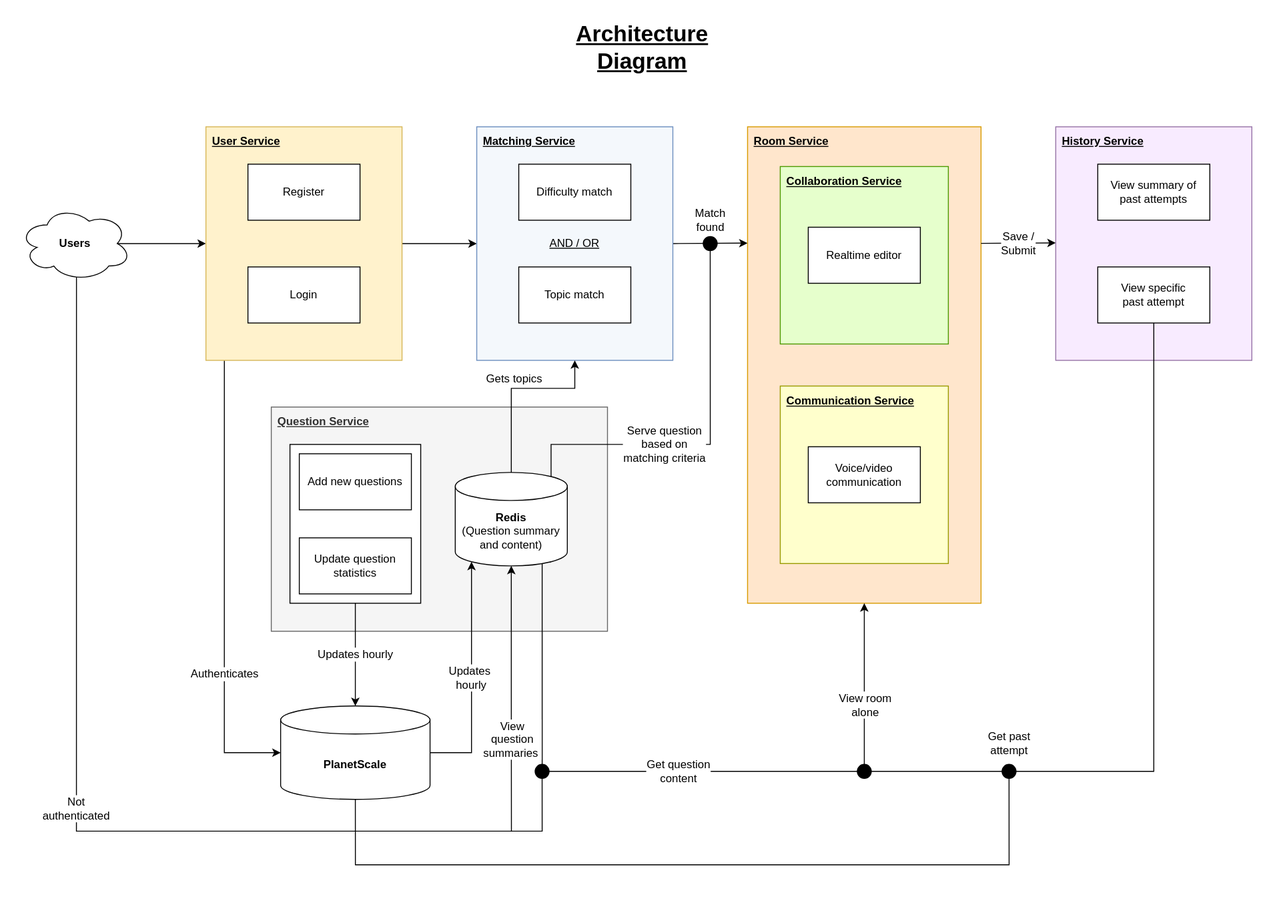
Before: docs/cs3219-architecture.svg, a diagram exported from draw.io (CS3219-AY2223S1/cs3219-project-ay2223s1-g42). Source tidied: cells renumbered, new cells last; positions are measured from the earlier drawing's top-left corner, leaving out a move shared by most shapes. The source it was exported from:
```xml
<mxGraphModel background="#FFFFFF">
  <root>
    <mxCell id="0" />
    <mxCell id="1" parent="0" />
    <mxCell id="2" value="&lt;b&gt;&lt;u&gt;Question Service&lt;/u&gt;&lt;/b&gt;" style="whiteSpace=wrap;html=1;spacingLeft=5;spacingTop=2;align=left;verticalAlign=top;fillColor=#f5f5f5;fontColor=#333333;strokeColor=#666666;" parent="1" vertex="1">
      <mxGeometry x="270" y="415" width="360" height="240" as="geometry" />
    </mxCell>
    <mxCell id="3" style="rounded=0;whiteSpace=wrap;html=1;labelBackgroundColor=none;fontSize=12;" parent="1" vertex="1">
      <mxGeometry x="290" y="455" width="140" height="170" as="geometry" />
    </mxCell>
    <mxCell id="4" style="edgeStyle=none;html=1;fontSize=30;exitX=0.875;exitY=0.5;exitDx=0;exitDy=0;exitPerimeter=0;" parent="1" edge="1" source="6" target="10">
      <mxGeometry relative="1" as="geometry" />
    </mxCell>
    <mxCell id="5" value="Not &lt;br&gt;authenticated" style="edgeStyle=orthogonalEdgeStyle;rounded=0;html=1;exitX=0.595;exitY=0.948;exitDx=0;exitDy=0;exitPerimeter=0;labelBackgroundColor=default;labelBorderColor=none;fontSize=12;startArrow=none;startFill=0;endArrow=oval;endFill=1;endSize=15;elbow=vertical;" parent="1" edge="1">
      <mxGeometry x="-0.02" relative="1" as="geometry">
        <mxPoint x="61.4" y="275.8" as="sourcePoint" />
        <mxPoint x="560" y="805" as="targetPoint" />
        <Array as="points">
          <mxPoint x="61" y="869" />
          <mxPoint x="560" y="869" />
        </Array>
      </mxGeometry>
    </mxCell>
    <mxCell id="6" value="&lt;b&gt;Users&lt;/b&gt;" style="ellipse;shape=cloud;whiteSpace=wrap;html=1;" parent="1" vertex="1">
      <mxGeometry y="200" width="120" height="80" as="geometry" />
    </mxCell>
    <mxCell id="7" value="&lt;u style=&quot;font-size: 24px&quot;&gt;&lt;b style=&quot;font-size: 24px;&quot;&gt;Architecture &lt;br style=&quot;font-size: 24px;&quot;&gt;Diagram&lt;/b&gt;&lt;/u&gt;" style="text;html=1;align=center;verticalAlign=middle;strokeColor=none;fillColor=none;fontSize=24;" parent="1" vertex="1">
      <mxGeometry x="587" width="160" height="60" as="geometry" />
    </mxCell>
    <mxCell id="8" style="edgeStyle=elbowEdgeStyle;html=1;fontSize=12;startArrow=none;startFill=0;elbow=vertical;" parent="1" edge="1" source="10" target="17">
      <mxGeometry relative="1" as="geometry" />
    </mxCell>
    <mxCell id="9" value="Authenticates" style="edgeStyle=orthogonalEdgeStyle;rounded=0;html=1;exitX=0.094;exitY=1.001;exitDx=0;exitDy=0;entryX=0;entryY=0.5;entryDx=0;entryDy=0;entryPerimeter=0;labelBackgroundColor=default;labelBorderColor=none;fontSize=12;startArrow=none;startFill=0;endArrow=classic;endFill=1;endSize=6;elbow=vertical;exitPerimeter=0;" parent="1" edge="1" source="10" target="33">
      <mxGeometry x="0.4" relative="1" as="geometry" />
    </mxCell>
    <mxCell id="10" value="&lt;u&gt;User Service&lt;/u&gt;" style="whiteSpace=wrap;html=1;align=left;verticalAlign=top;horizontal=1;spacingLeft=5;spacingTop=2;fontStyle=1;fillColor=#fff2cc;strokeColor=#d6b656;" parent="1" vertex="1">
      <mxGeometry x="200" y="115" width="210" height="250" as="geometry" />
    </mxCell>
    <mxCell id="11" value="&lt;font style=&quot;font-size: 12px&quot;&gt;Login&lt;/font&gt;" style="whiteSpace=wrap;html=1;fontSize=12;" parent="1" vertex="1">
      <mxGeometry x="245" y="265" width="120" height="60" as="geometry" />
    </mxCell>
    <mxCell id="12" value="&lt;font style=&quot;font-size: 12px&quot;&gt;Register&lt;/font&gt;" style="whiteSpace=wrap;html=1;fontSize=12;" parent="1" vertex="1">
      <mxGeometry x="245" y="155" width="120" height="60" as="geometry" />
    </mxCell>
    <mxCell id="13" value="Updates hourly" style="edgeStyle=orthogonalEdgeStyle;rounded=0;html=1;exitX=0.5;exitY=1;exitDx=0;exitDy=0;entryX=0.5;entryY=0;entryDx=0;entryDy=0;entryPerimeter=0;labelBackgroundColor=default;labelBorderColor=none;fontSize=12;startArrow=none;startFill=0;endArrow=classic;endFill=1;endSize=6;elbow=vertical;" parent="1" edge="1" source="3" target="33">
      <mxGeometry relative="1" as="geometry" />
    </mxCell>
    <mxCell id="14" value="Add new questions" style="rounded=0;whiteSpace=wrap;html=1;fontSize=12;" parent="1" vertex="1">
      <mxGeometry x="300" y="465" width="120" height="60" as="geometry" />
    </mxCell>
    <mxCell id="15" value="Update question statistics" style="rounded=0;whiteSpace=wrap;html=1;fontSize=12;" parent="1" vertex="1">
      <mxGeometry x="300" y="555" width="120" height="60" as="geometry" />
    </mxCell>
    <mxCell id="16" value="&lt;font style=&quot;font-size: 12px&quot;&gt;Match&lt;br style=&quot;font-size: 12px;&quot;&gt;found&lt;/font&gt;" style="elbow=vertical;html=1;exitX=1;exitY=0.5;exitDx=0;exitDy=0;entryX=0;entryY=0.25;entryDx=0;entryDy=0;fontSize=12;startArrow=none;startFill=0;endArrow=classic;endFill=1;" parent="1" edge="1">
      <mxGeometry y="25" relative="1" as="geometry">
        <mxPoint x="700" y="240" as="sourcePoint" />
        <mxPoint x="780" y="239.5" as="targetPoint" />
      </mxGeometry>
    </mxCell>
    <mxCell id="17" value="&lt;u&gt;Matching Service&lt;/u&gt;" style="whiteSpace=wrap;html=1;align=left;verticalAlign=top;horizontal=1;spacingLeft=5;spacingTop=2;fontStyle=1;fillColor=#F4F8FC;strokeColor=#6c8ebf;" parent="1" vertex="1">
      <mxGeometry x="490" y="115" width="210" height="250" as="geometry" />
    </mxCell>
    <mxCell id="18" value="&lt;u&gt;Room Service&lt;/u&gt;" style="whiteSpace=wrap;html=1;align=left;verticalAlign=top;horizontal=1;spacingLeft=5;spacingTop=2;fontStyle=1;fillColor=#FFE6CC;strokeColor=#d79b00;" parent="1" vertex="1">
      <mxGeometry x="780" y="115" width="250" height="510" as="geometry" />
    </mxCell>
    <mxCell id="19" value="&lt;span style=&quot;font-size: 12px&quot;&gt;Difficulty match&lt;/span&gt;" style="whiteSpace=wrap;html=1;fontSize=12;" parent="1" vertex="1">
      <mxGeometry x="535" y="155" width="120" height="60" as="geometry" />
    </mxCell>
    <mxCell id="20" value="&lt;span style=&quot;font-size: 12px&quot;&gt;Topic match&lt;/span&gt;" style="whiteSpace=wrap;html=1;fontSize=12;" parent="1" vertex="1">
      <mxGeometry x="535" y="265" width="120" height="60" as="geometry" />
    </mxCell>
    <mxCell id="21" value="AND / OR" style="text;html=1;strokeColor=none;fillColor=none;align=center;verticalAlign=middle;whiteSpace=wrap;rounded=0;fontSize=12;fontStyle=4;" parent="1" vertex="1">
      <mxGeometry x="565" y="225" width="60" height="30" as="geometry" />
    </mxCell>
    <mxCell id="22" value="Collaboration Service" style="rounded=0;whiteSpace=wrap;html=1;fontSize=12;fontStyle=5;align=left;verticalAlign=top;spacingLeft=5;spacingTop=2;fillColor=#E6FFCC;strokeColor=#4D9900;" parent="1" vertex="1">
      <mxGeometry x="815" y="157.5" width="180" height="190" as="geometry" />
    </mxCell>
    <mxCell id="23" value="&lt;span style=&quot;font-size: 12px&quot;&gt;Realtime editor&lt;/span&gt;" style="whiteSpace=wrap;html=1;fontSize=12;" parent="1" vertex="1">
      <mxGeometry x="845" y="222.5" width="120" height="60" as="geometry" />
    </mxCell>
    <mxCell id="24" value="Communication Service" style="rounded=0;whiteSpace=wrap;html=1;fontSize=12;fontStyle=5;align=left;verticalAlign=top;spacingLeft=5;spacingTop=2;fillColor=#FFFFCC;strokeColor=#999900;" parent="1" vertex="1">
      <mxGeometry x="815" y="392.5" width="180" height="190" as="geometry" />
    </mxCell>
    <mxCell id="25" value="&lt;span style=&quot;font-size: 12px;&quot;&gt;Voice/video communication&lt;br style=&quot;font-size: 12px;&quot;&gt;&lt;/span&gt;" style="whiteSpace=wrap;html=1;fontSize=12;verticalAlign=middle;labelBackgroundColor=none;" parent="1" vertex="1">
      <mxGeometry x="845" y="457.5" width="120" height="60" as="geometry" />
    </mxCell>
    <mxCell id="26" value="&lt;u&gt;History Service&lt;/u&gt;" style="whiteSpace=wrap;html=1;align=left;verticalAlign=top;horizontal=1;spacingLeft=5;spacingTop=2;fontStyle=1;fillColor=#F8EBFF;strokeColor=#9673a6;" parent="1" vertex="1">
      <mxGeometry x="1110" y="115" width="210" height="250" as="geometry" />
    </mxCell>
    <mxCell id="27" value="Get past &lt;br&gt;attempt" style="edgeStyle=orthogonalEdgeStyle;rounded=0;html=1;labelBackgroundColor=default;labelBorderColor=none;fontSize=12;startArrow=none;startFill=0;endArrow=oval;endFill=1;endSize=15;elbow=vertical;" parent="1" edge="1" source="30">
      <mxGeometry x="0.61" y="-30" relative="1" as="geometry">
        <mxPoint x="905" y="805" as="targetPoint" />
        <Array as="points">
          <mxPoint x="1215" y="805" />
        </Array>
      </mxGeometry>
    </mxCell>
    <mxCell id="28" value="Save /&lt;br&gt;Submit" style="elbow=vertical;html=1;exitX=1;exitY=0.5;exitDx=0;exitDy=0;entryX=0;entryY=0.25;entryDx=0;entryDy=0;fontSize=12;startArrow=none;startFill=0;endArrow=classic;endFill=1;" parent="1" edge="1">
      <mxGeometry relative="1" as="geometry">
        <mxPoint x="1030" y="239.8" as="sourcePoint" />
        <mxPoint x="1110" y="239.3" as="targetPoint" />
      </mxGeometry>
    </mxCell>
    <mxCell id="29" value="&lt;span style=&quot;font-size: 12px&quot;&gt;View summary of &lt;br&gt;past attempts&lt;/span&gt;" style="whiteSpace=wrap;html=1;fontSize=12;" parent="1" vertex="1">
      <mxGeometry x="1155" y="155" width="120" height="60" as="geometry" />
    </mxCell>
    <mxCell id="30" value="View specific &lt;br&gt;past attempt" style="whiteSpace=wrap;html=1;fontSize=12;" parent="1" vertex="1">
      <mxGeometry x="1155" y="265" width="120" height="60" as="geometry" />
    </mxCell>
    <mxCell id="31" value="Updates&amp;nbsp;&lt;br&gt;hourly" style="edgeStyle=orthogonalEdgeStyle;rounded=0;html=1;exitX=1;exitY=0.5;exitDx=0;exitDy=0;exitPerimeter=0;entryX=0.145;entryY=1;entryDx=0;entryDy=-4.35;entryPerimeter=0;labelBackgroundColor=default;labelBorderColor=none;fontSize=12;startArrow=none;startFill=0;endArrow=classic;endFill=1;endSize=6;elbow=vertical;" parent="1" edge="1" source="33" target="40">
      <mxGeometry relative="1" as="geometry">
        <Array as="points">
          <mxPoint x="484" y="785" />
        </Array>
      </mxGeometry>
    </mxCell>
    <mxCell id="32" style="edgeStyle=orthogonalEdgeStyle;rounded=0;html=1;exitX=0.5;exitY=1;exitDx=0;exitDy=0;exitPerimeter=0;labelBackgroundColor=default;labelBorderColor=none;fontSize=12;startArrow=none;startFill=0;endArrow=oval;endFill=1;startSize=15;endSize=15;elbow=vertical;" parent="1" edge="1" source="33">
      <mxGeometry relative="1" as="geometry">
        <mxPoint x="1060" y="805" as="targetPoint" />
        <Array as="points">
          <mxPoint x="360" y="905" />
          <mxPoint x="1060" y="905" />
        </Array>
      </mxGeometry>
    </mxCell>
    <mxCell id="33" value="PlanetScale" style="shape=cylinder3;whiteSpace=wrap;html=1;boundedLbl=1;backgroundOutline=1;size=15;fontSize=12;fontStyle=1;" parent="1" vertex="1">
      <mxGeometry x="280" y="735" width="160" height="100" as="geometry" />
    </mxCell>
    <mxCell id="34" value="Get question &lt;br&gt;content" style="edgeStyle=orthogonalEdgeStyle;rounded=0;html=1;exitX=0.855;exitY=1;exitDx=0;exitDy=-4.35;exitPerimeter=0;entryX=0.5;entryY=1;entryDx=0;entryDy=0;labelBackgroundColor=default;labelBorderColor=none;fontSize=12;startArrow=none;startFill=0;endArrow=classic;endFill=1;endSize=6;elbow=vertical;" parent="1" edge="1" source="40" target="18">
      <mxGeometry relative="1" as="geometry">
        <Array as="points">
          <mxPoint x="560" y="581" />
          <mxPoint x="560" y="805" />
          <mxPoint x="905" y="805" />
        </Array>
      </mxGeometry>
    </mxCell>
    <mxCell id="35" value="View room &lt;br&gt;alone" style="edgeLabel;html=1;align=center;verticalAlign=middle;fontSize=12;" parent="34" vertex="1">
      <mxGeometry x="0.72" relative="1" as="geometry" />
    </mxCell>
    <mxCell id="36" value="Gets topics" style="edgeStyle=orthogonalEdgeStyle;rounded=0;html=1;exitX=0.5;exitY=0;exitDx=0;exitDy=0;exitPerimeter=0;entryX=0.5;entryY=1;entryDx=0;entryDy=0;labelBackgroundColor=default;labelBorderColor=none;fontSize=12;startArrow=none;startFill=0;endArrow=classic;endFill=1;endSize=6;elbow=vertical;" parent="1" edge="1" source="40" target="17">
      <mxGeometry x="-0.01" y="10" relative="1" as="geometry">
        <Array as="points">
          <mxPoint x="527" y="395" />
          <mxPoint x="595" y="395" />
        </Array>
      </mxGeometry>
    </mxCell>
    <mxCell id="37" value="Serve question &lt;br&gt;based on &lt;br&gt;matching criteria" style="edgeStyle=orthogonalEdgeStyle;rounded=0;html=1;exitX=0.855;exitY=0;exitDx=0;exitDy=4.35;exitPerimeter=0;labelBackgroundColor=default;labelBorderColor=none;fontSize=12;startArrow=none;startFill=0;endArrow=oval;endFill=1;startSize=16;endSize=15;elbow=vertical;" parent="1" edge="1" source="40">
      <mxGeometry x="-0.26" relative="1" as="geometry">
        <mxPoint x="740" y="240" as="targetPoint" />
        <Array as="points">
          <mxPoint x="570" y="455" />
          <mxPoint x="740" y="455" />
        </Array>
      </mxGeometry>
    </mxCell>
    <mxCell id="38" style="edgeStyle=orthogonalEdgeStyle;rounded=0;html=1;exitX=0.5;exitY=1;exitDx=0;exitDy=0;exitPerimeter=0;labelBackgroundColor=default;labelBorderColor=none;fontSize=12;startArrow=classic;startFill=1;endArrow=none;endFill=0;startSize=6;endSize=15;elbow=vertical;" parent="1" edge="1" source="40">
      <mxGeometry relative="1" as="geometry">
        <mxPoint x="527.1" y="869" as="targetPoint" />
      </mxGeometry>
    </mxCell>
    <mxCell id="39" value="View &lt;br&gt;question&lt;br&gt;summaries&amp;nbsp;" style="edgeLabel;html=1;align=center;verticalAlign=middle;fontSize=12;" parent="38" vertex="1">
      <mxGeometry x="0.31" relative="1" as="geometry" />
    </mxCell>
    <mxCell id="40" value="&lt;b&gt;Redis&lt;br&gt;&lt;/b&gt;(Question summary and content)" style="shape=cylinder3;whiteSpace=wrap;html=1;boundedLbl=1;backgroundOutline=1;size=15;fontSize=12;" parent="1" vertex="1">
      <mxGeometry x="467" y="485" width="120" height="100" as="geometry" />
    </mxCell>
  </root>
</mxGraphModel>
```
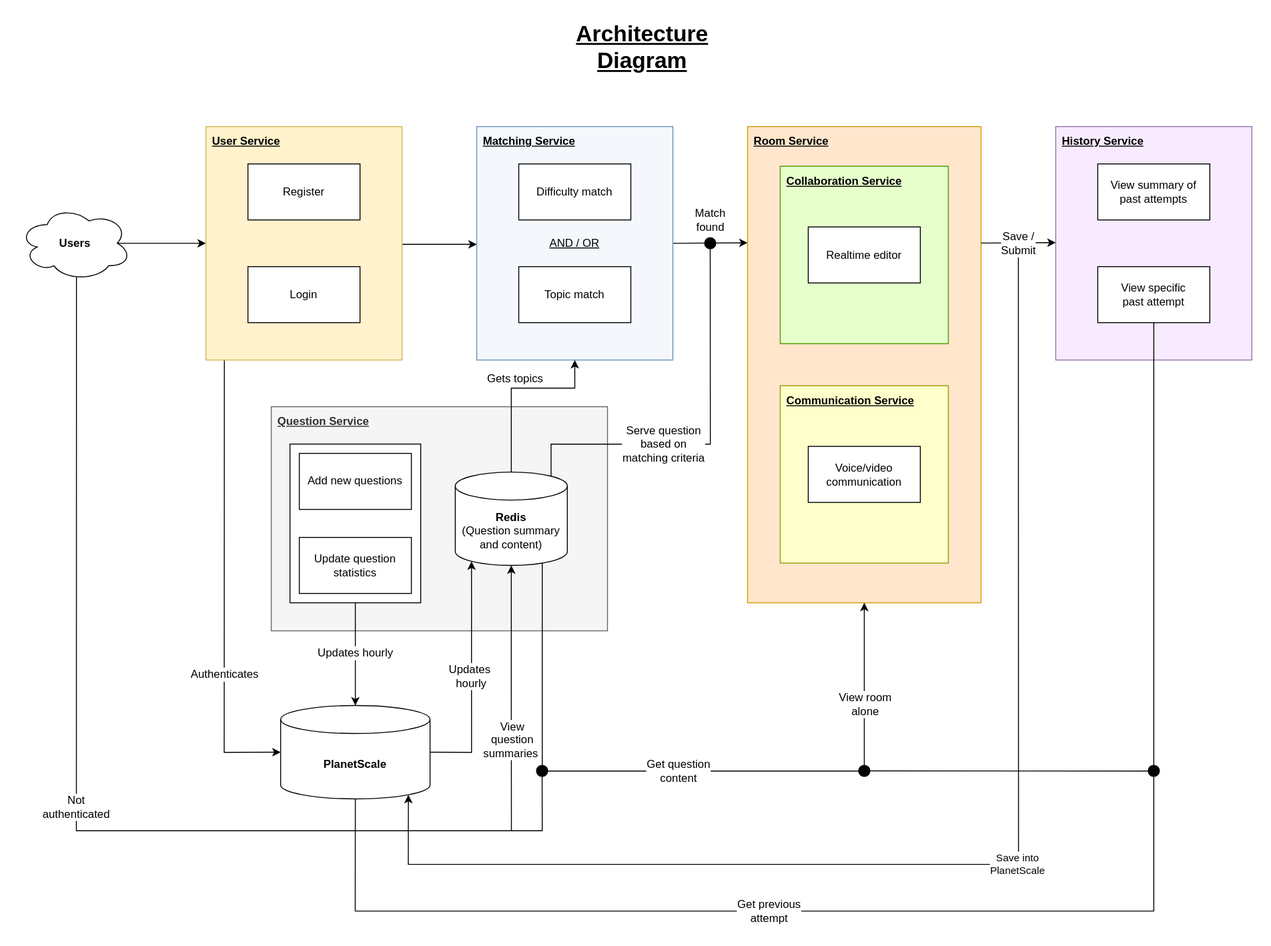
After the commit.

Commit message:
docs: update archi history svc

Diff of the diagram source:
```diff
@@ -11,7 +11,7 @@
     <mxCell id="4" style="edgeStyle=none;html=1;fontSize=30;exitX=0.875;exitY=0.5;exitDx=0;exitDy=0;exitPerimeter=0;" parent="1" edge="1" source="6" target="10">
       <mxGeometry relative="1" as="geometry" />
     </mxCell>
-    <mxCell id="5" value="Not &lt;br&gt;authenticated" style="edgeStyle=orthogonalEdgeStyle;rounded=0;html=1;exitX=0.595;exitY=0.948;exitDx=0;exitDy=0;exitPerimeter=0;labelBackgroundColor=default;labelBorderColor=none;fontSize=12;startArrow=none;startFill=0;endArrow=oval;endFill=1;endSize=15;elbow=vertical;" parent="1" edge="1">
+    <mxCell id="5" value="Not &lt;br&gt;authenticated" style="edgeStyle=orthogonalEdgeStyle;rounded=0;html=1;exitX=0.595;exitY=0.948;exitDx=0;exitDy=0;exitPerimeter=0;labelBackgroundColor=default;labelBorderColor=none;fontSize=12;startArrow=none;startFill=0;endArrow=oval;endFill=1;endSize=12;elbow=vertical;" parent="1" edge="1">
       <mxGeometry x="-0.02" relative="1" as="geometry">
         <mxPoint x="61.4" y="275.8" as="sourcePoint" />
         <mxPoint x="560" y="805" as="targetPoint" />
@@ -87,7 +87,7 @@
     <mxCell id="26" value="&lt;u&gt;History Service&lt;/u&gt;" style="whiteSpace=wrap;html=1;align=left;verticalAlign=top;horizontal=1;spacingLeft=5;spacingTop=2;fontStyle=1;fillColor=#F8EBFF;strokeColor=#9673a6;" parent="1" vertex="1">
       <mxGeometry x="1110" y="115" width="210" height="250" as="geometry" />
     </mxCell>
-    <mxCell id="27" value="Get past &lt;br&gt;attempt" style="edgeStyle=orthogonalEdgeStyle;rounded=0;html=1;labelBackgroundColor=default;labelBorderColor=none;fontSize=12;startArrow=none;startFill=0;endArrow=oval;endFill=1;endSize=15;elbow=vertical;" parent="1" edge="1" source="30">
+    <mxCell id="27" style="edgeStyle=orthogonalEdgeStyle;rounded=0;html=1;labelBackgroundColor=default;labelBorderColor=none;fontSize=12;startArrow=none;startFill=0;endArrow=oval;endFill=1;endSize=12;elbow=vertical;" parent="1" edge="1" source="30">
       <mxGeometry x="0.61" y="-30" relative="1" as="geometry">
         <mxPoint x="905" y="805" as="targetPoint" />
         <Array as="points">
@@ -114,12 +114,12 @@
         </Array>
       </mxGeometry>
     </mxCell>
-    <mxCell id="32" style="edgeStyle=orthogonalEdgeStyle;rounded=0;html=1;exitX=0.5;exitY=1;exitDx=0;exitDy=0;exitPerimeter=0;labelBackgroundColor=default;labelBorderColor=none;fontSize=12;startArrow=none;startFill=0;endArrow=oval;endFill=1;startSize=15;endSize=15;elbow=vertical;" parent="1" edge="1" source="33">
+    <mxCell id="32" value="Get previous &lt;br&gt;attempt" style="edgeStyle=orthogonalEdgeStyle;rounded=0;html=1;exitX=0.5;exitY=1;exitDx=0;exitDy=0;exitPerimeter=0;labelBackgroundColor=default;labelBorderColor=none;fontSize=12;startArrow=none;startFill=0;endArrow=oval;endFill=1;startSize=6;endSize=12;elbow=vertical;" parent="1" edge="1" source="33">
       <mxGeometry relative="1" as="geometry">
-        <mxPoint x="1060" y="805" as="targetPoint" />
+        <mxPoint x="1215" y="805" as="targetPoint" />
         <Array as="points">
-          <mxPoint x="360" y="905" />
-          <mxPoint x="1060" y="905" />
+          <mxPoint x="360" y="955" />
+          <mxPoint x="1215" y="955" />
         </Array>
       </mxGeometry>
     </mxCell>
@@ -146,7 +146,7 @@
         </Array>
       </mxGeometry>
     </mxCell>
-    <mxCell id="37" value="Serve question &lt;br&gt;based on &lt;br&gt;matching criteria" style="edgeStyle=orthogonalEdgeStyle;rounded=0;html=1;exitX=0.855;exitY=0;exitDx=0;exitDy=4.35;exitPerimeter=0;labelBackgroundColor=default;labelBorderColor=none;fontSize=12;startArrow=none;startFill=0;endArrow=oval;endFill=1;startSize=16;endSize=15;elbow=vertical;" parent="1" edge="1" source="40">
+    <mxCell id="37" value="Serve question &lt;br&gt;based on &lt;br&gt;matching criteria" style="edgeStyle=orthogonalEdgeStyle;rounded=0;html=1;exitX=0.855;exitY=0;exitDx=0;exitDy=4.35;exitPerimeter=0;labelBackgroundColor=default;labelBorderColor=none;fontSize=12;startArrow=none;startFill=0;endArrow=oval;endFill=1;startSize=6;endSize=12;elbow=vertical;" parent="1" edge="1" source="40">
       <mxGeometry x="-0.26" relative="1" as="geometry">
         <mxPoint x="740" y="240" as="targetPoint" />
         <Array as="points">
@@ -166,5 +166,14 @@
     <mxCell id="40" value="&lt;b&gt;Redis&lt;br&gt;&lt;/b&gt;(Question summary and content)" style="shape=cylinder3;whiteSpace=wrap;html=1;boundedLbl=1;backgroundOutline=1;size=15;fontSize=12;" parent="1" vertex="1">
       <mxGeometry x="467" y="485" width="120" height="100" as="geometry" />
     </mxCell>
+    <mxCell id="41" value="Save into &lt;br&gt;PlanetScale" style="endArrow=classic;html=1;edgeStyle=orthogonalEdgeStyle;rounded=0;entryX=0.855;entryY=1;entryDx=0;entryDy=-4.35;entryPerimeter=0;endFill=1;" parent="1" edge="1" target="33">
+      <mxGeometry x="-0.06" relative="1" as="geometry">
+        <mxPoint x="1070" y="255" as="sourcePoint" />
+        <Array as="points">
+          <mxPoint x="1070" y="905" />
+          <mxPoint x="417" y="905" />
+        </Array>
+      </mxGeometry>
+    </mxCell>
   </root>
 </mxGraphModel>
```
